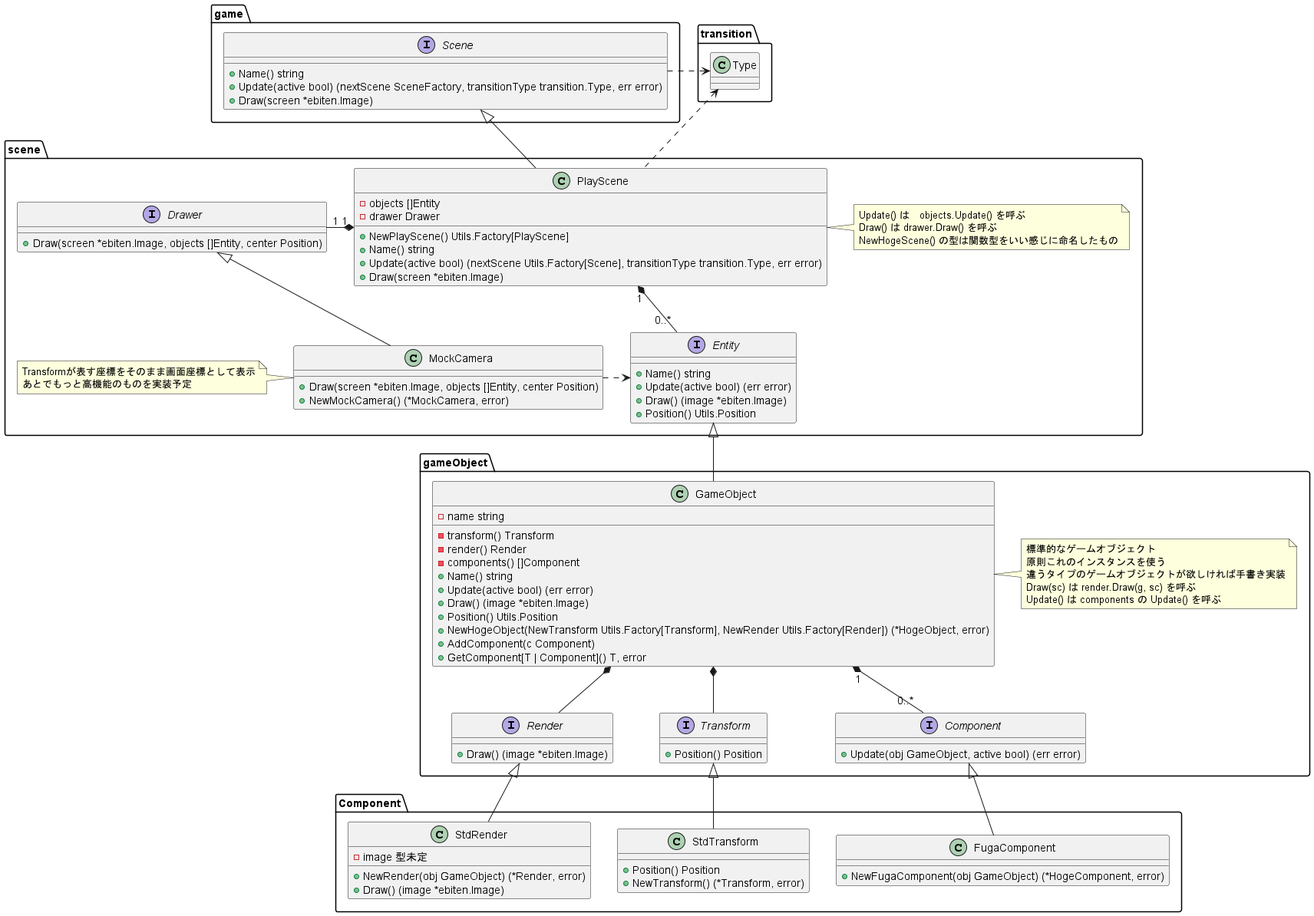
Earlier version of the PlantUML export Docs/Scene_class_diagram.png (kmc-jp/Gamedev_Tempura-of-p--Phenylazo-phenol).
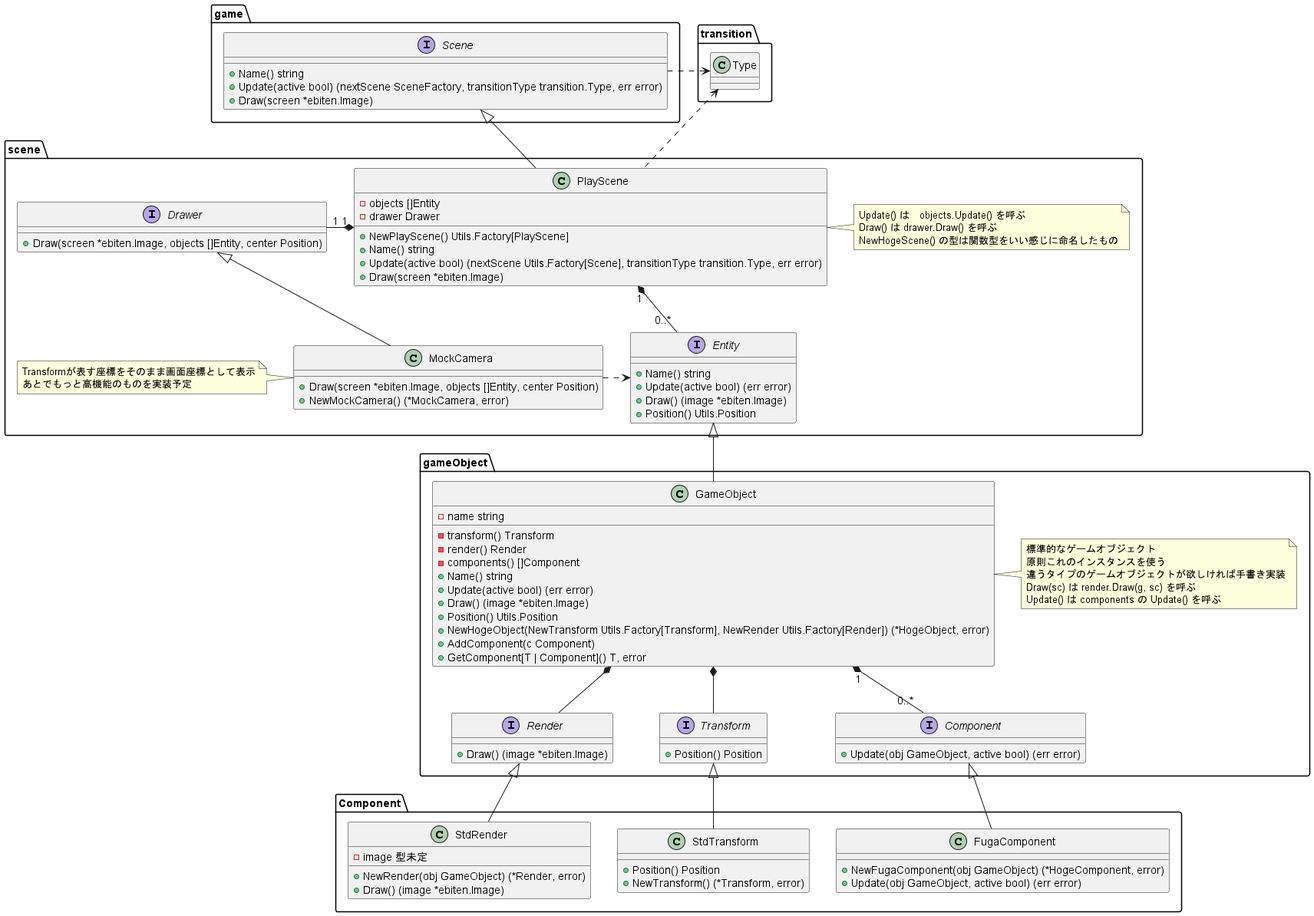
Above is the later version.

Commit message:
クラス図の FugaComponent に Update() を書き忘れていた

Change to the diagram source:
```diff
@@ -91,6 +91,7 @@
 package Component {
     class FugaComponent {
         + NewFugaComponent(obj GameObject) (*HogeComponent, error)
+        + Update(obj GameObject, active bool) (err error)
     }
 
     FugaComponent -up-|> gameObject.Component
```
